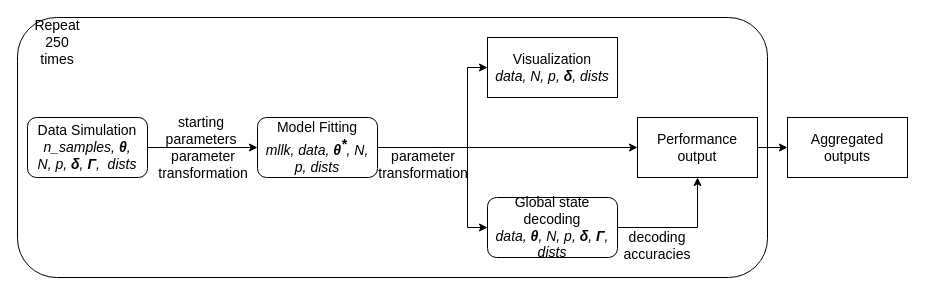
stoyef/MA_thesis keeps this draw.io diagram as plots/simulation_flowchart.drawio. Above is the earlier version. Source tidied: cells renumbered, new cells numbered last; positions are measured from the earlier drawing's top-left corner, leaving out a move shared by most shapes. Both pictures are drawn from the tidied source at 100%, with x=0, y=0 at pixel (17, 17).
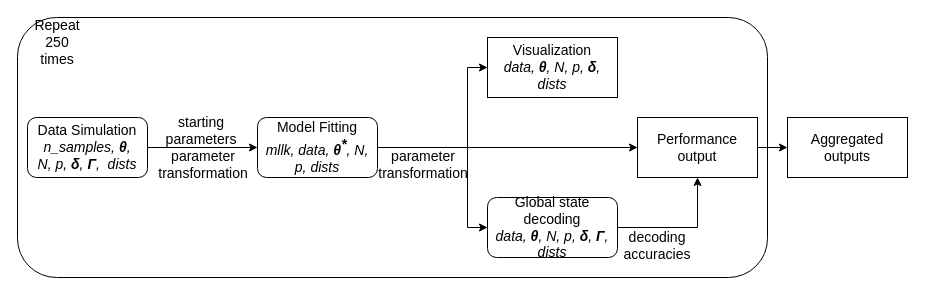
After the change.

Commit message (it also covers changes not shown here):
fixes re-run simulation

What changed in the source:
```diff
@@
-    <mxCell id="13" value="&lt;font style=&quot;font-size: 14px;&quot;&gt;Visualization&lt;br&gt;&lt;i&gt;data, N, p, &lt;b&gt;δ&lt;/b&gt;, dists&lt;/i&gt;&lt;/font&gt;" style="rounded=0;whiteSpace=wrap;html=1;fontFamily=Latex sans serif;" parent="1" vertex="1">
+    <mxCell id="13" value="&lt;font style=&quot;font-size: 14px;&quot;&gt;Visualization&lt;br&gt;&lt;i&gt;data, &lt;b&gt;θ&lt;/b&gt;, N, p, &lt;b&gt;δ&lt;/b&gt;, dists&lt;/i&gt;&lt;/font&gt;" style="rounded=0;whiteSpace=wrap;html=1;fontFamily=Latex sans serif;" parent="1" vertex="1">
       <mxGeometry x="470" y="20" width="130" height="60" as="geometry" />
     </mxCell>
```
